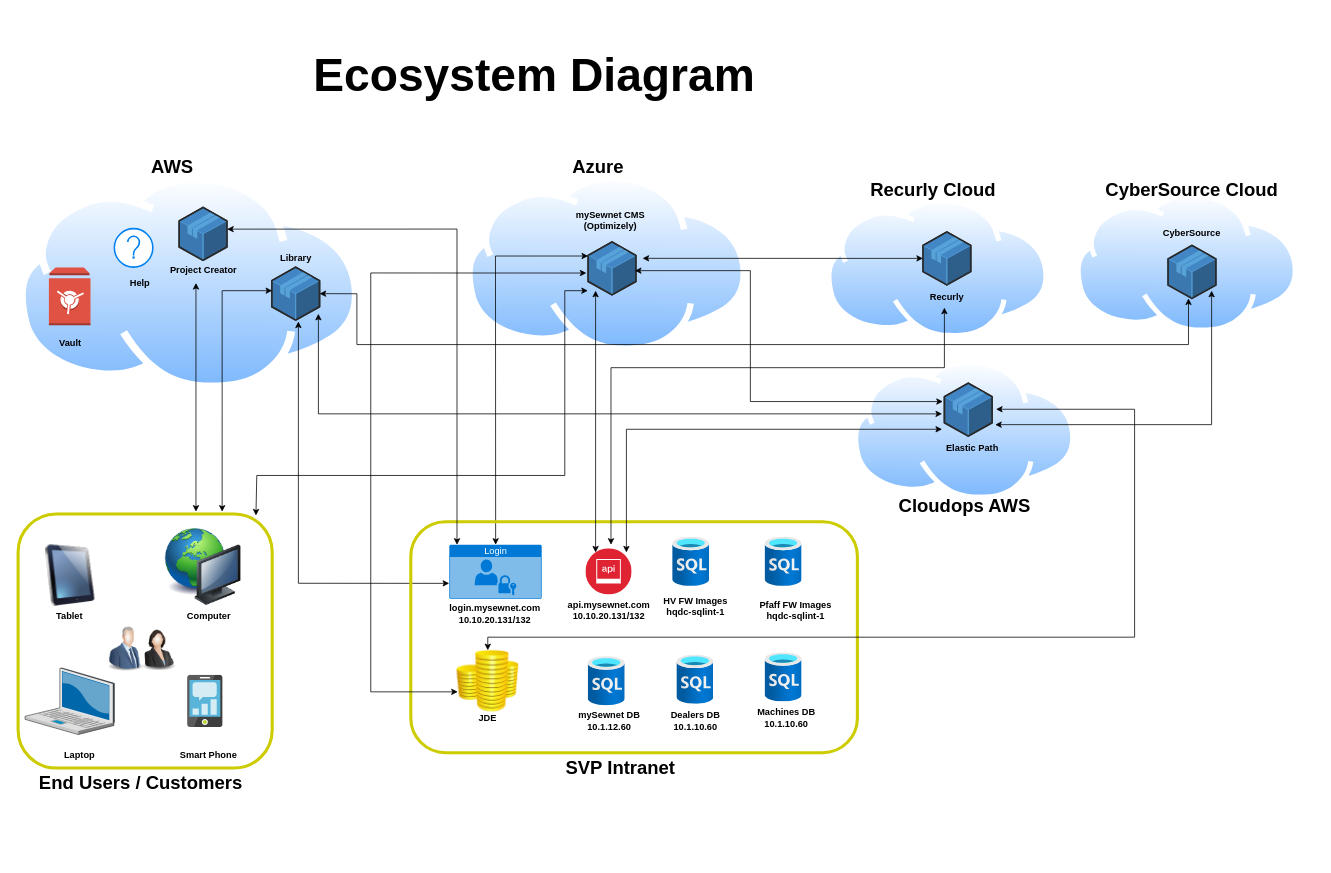
This is mySewnet/mySewnet_ecosystem.drawio from sunylcumar/Diagrams, a draw.io file, before an edit. Source tidied: cells renumbered, new cells numbered last; positions are measured from the earlier drawing's top-left corner, leaving out a move shared by most shapes. Both pictures are drawn from the tidied source at 77%, with x=0, y=0 at pixel (18, 52).
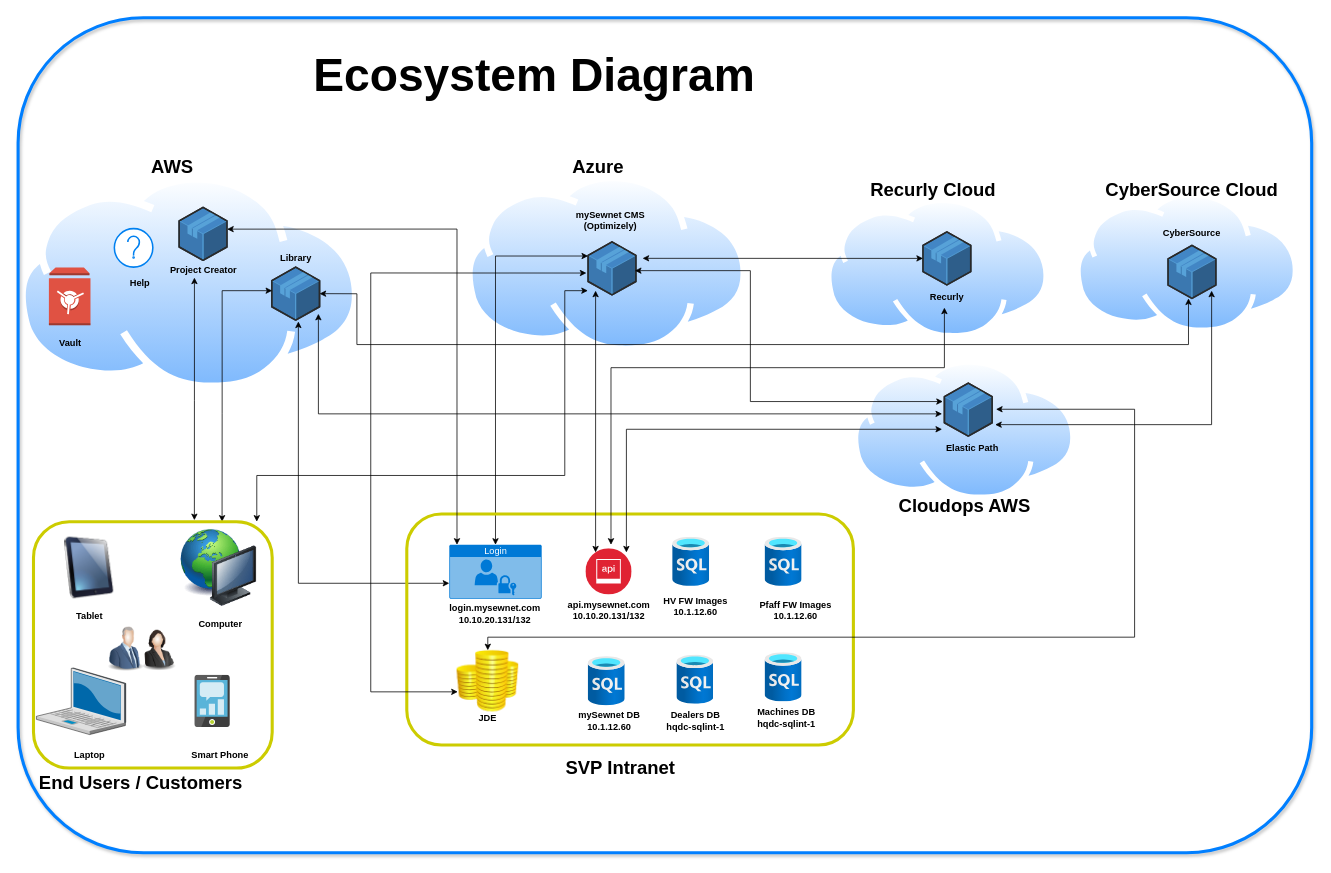
After the change.

Unchanged cells that the change refers to:
```xml
<mxCell id="37" value="Login" style="html=1;strokeColor=none;fillColor=#0079D6;labelPosition=center;verticalLabelPosition=middle;verticalAlign=top;align=center;fontSize=12;outlineConnect=0;spacingTop=-6;fontColor=#FFFFFF;sketch=0;shape=mxgraph.sitemap.login;" parent="1" vertex="1">
  <mxGeometry x="560" y="640" width="120" height="70" as="geometry" />
</mxCell>
```

Diff of the diagram source:
```diff
@@
     <mxCell id="14" style="verticalLabelPosition=bottom;sketch=0;html=1;verticalAlign=top;strokeColor=none;align=center;shape=mxgraph.citrix.laptop_2;" parent="1" vertex="1">
-      <mxGeometry x="9" y="800" width="116" height="86.5" as="geometry" />
+      <mxGeometry x="23.8" y="800" width="116" height="86.5" as="geometry" />
     </mxCell>
     <mxCell id="15" style="image;html=1;image=img/lib/clip_art/computers/iPad_128x128.png;" parent="1" vertex="1">
-      <mxGeometry x="27.8" y="640" width="80" height="80" as="geometry" />
+      <mxGeometry x="52.2" y="630" width="80" height="80" as="geometry" />
     </mxCell>
@@
     <mxCell id="21" style="image;html=1;image=img/lib/clip_art/computers/Network_128x128.png;" parent="1" vertex="1">
-      <mxGeometry x="185.2" y="618.8" width="110" height="100" as="geometry" />
+      <mxGeometry x="205.4" y="620" width="110" height="100" as="geometry" />
     </mxCell>
     <mxCell id="22" style="sketch=0;html=1;align=center;image;fontSize=12;image=img/lib/mscae/Mobile_Engagement.svg;" parent="1" vertex="1">
-      <mxGeometry x="220" y="809.4" width="46.1" height="67.8" as="geometry" />
+      <mxGeometry x="229.4" y="809.4" width="46.1" height="67.8" as="geometry" />
     </mxCell>
     <mxCell id="23" value="Tablet" style="text;html=1;strokeColor=none;fillColor=none;align=center;verticalAlign=middle;whiteSpace=wrap;rounded=0;fontStyle=1;" parent="1" vertex="1">
-      <mxGeometry x="38.5" y="720" width="55.5" height="25" as="geometry" />
+      <mxGeometry x="64.5" y="720" width="55.5" height="25" as="geometry" />
     </mxCell>
     <mxCell id="24" value="Computer" style="text;html=1;strokeColor=none;fillColor=none;align=center;verticalAlign=middle;whiteSpace=wrap;rounded=0;fontStyle=1;" parent="1" vertex="1">
-      <mxGeometry x="220" y="720" width="55.5" height="25" as="geometry" />
+      <mxGeometry x="234.6" y="730" width="55.5" height="25" as="geometry" />
     </mxCell>
     <mxCell id="25" value="Laptop" style="text;html=1;strokeColor=none;fillColor=none;align=center;verticalAlign=middle;whiteSpace=wrap;rounded=0;fontStyle=1;" parent="1" vertex="1">
-      <mxGeometry x="52.2" y="900" width="55.5" height="25" as="geometry" />
+      <mxGeometry x="64.5" y="900" width="55.5" height="25" as="geometry" />
     </mxCell>
     <mxCell id="26" value="Smart Phone" style="text;html=1;strokeColor=none;fillColor=none;align=center;verticalAlign=middle;whiteSpace=wrap;rounded=0;fontStyle=1;" parent="1" vertex="1">
-      <mxGeometry x="205.4" y="900" width="84.7" height="25" as="geometry" />
+      <mxGeometry x="220" y="900" width="84.7" height="25" as="geometry" />
     </mxCell>
-    <mxCell id="27" value="HV FW Images&lt;br&gt;hqdc-sqlint-1" style="text;html=1;strokeColor=none;fillColor=none;align=center;verticalAlign=middle;whiteSpace=wrap;rounded=0;fontStyle=1;" parent="1" vertex="1">
+    <mxCell id="27" value="HV FW Images&lt;br&gt;10.1.12.60" style="text;html=1;strokeColor=none;fillColor=none;align=center;verticalAlign=middle;whiteSpace=wrap;rounded=0;fontStyle=1;" parent="1" vertex="1">
       <mxGeometry x="831.8" y="700.8" width="95.5" height="39.2" as="geometry" />
     </mxCell>
-    <mxCell id="28" value="Dealers DB&lt;br&gt;10.1.10.60" style="text;html=1;strokeColor=none;fillColor=none;align=center;verticalAlign=middle;whiteSpace=wrap;rounded=0;fontStyle=1;" parent="1" vertex="1">
+    <mxCell id="28" value="Dealers DB&lt;br&gt;hqdc-sqlint-1" style="text;html=1;strokeColor=none;fillColor=none;align=center;verticalAlign=middle;whiteSpace=wrap;rounded=0;fontStyle=1;" parent="1" vertex="1">
       <mxGeometry x="831.8" y="850.5" width="95.5" height="36" as="geometry" />
     </mxCell>
-    <mxCell id="29" value="Pfaff FW Images&lt;br&gt;hqdc-sqlint-1" style="text;html=1;strokeColor=none;fillColor=none;align=center;verticalAlign=middle;whiteSpace=wrap;rounded=0;fontStyle=1;" parent="1" vertex="1">
+    <mxCell id="29" value="Pfaff FW Images&lt;br&gt;10.1.12.60" style="text;html=1;strokeColor=none;fillColor=none;align=center;verticalAlign=middle;whiteSpace=wrap;rounded=0;fontStyle=1;" parent="1" vertex="1">
       <mxGeometry x="950" y="705" width="120" height="39.2" as="geometry" />
     </mxCell>
-    <mxCell id="30" value="Machines DB&lt;br&gt;10.1.10.60" style="text;html=1;strokeColor=none;fillColor=none;align=center;verticalAlign=middle;whiteSpace=wrap;rounded=0;fontStyle=1;" parent="1" vertex="1">
+    <mxCell id="30" value="Machines DB&lt;br&gt;hqdc-sqlint-1" style="text;html=1;strokeColor=none;fillColor=none;align=center;verticalAlign=middle;whiteSpace=wrap;rounded=0;fontStyle=1;" parent="1" vertex="1">
       <mxGeometry x="950" y="847.1" width="95.5" height="36" as="geometry" />
     </mxCell>
@@
-    <mxCell id="43" style="endArrow=classic;startArrow=classic;html=1;rounded=0;exitX=0.19;exitY=0.1;exitDx=0;exitDy=0;exitPerimeter=0;" parent="1" edge="1" source="53">
+    <mxCell id="43" style="endArrow=classic;startArrow=classic;html=1;rounded=0;" parent="1" edge="1" source="37">
       <mxGeometry relative="1" as="geometry">
         <mxPoint x="740.3" y="265" as="targetPoint" />
         <Array as="points">
           <mxPoint x="620" y="265" />
         </Array>
       </mxGeometry>
     </mxCell>
-    <mxCell id="44" style="whiteSpace=wrap;html=1;fillColor=none;rounded=1;strokeWidth=4;strokeColor=#CCCC00;" parent="1" vertex="1">
-      <mxGeometry y="600" width="330" height="330" as="geometry" />
-    </mxCell>
-    <mxCell id="45" style="endArrow=classic;startArrow=classic;html=1;rounded=0;entryX=0.803;entryY=-0.009;entryDx=0;entryDy=0;entryPerimeter=0;" parent="1" edge="1" target="44">
+    <mxCell id="45" style="endArrow=classic;startArrow=classic;html=1;rounded=0;entryX=0.79;entryY=0;entryDx=0;entryDy=0;entryPerimeter=0;" parent="1" edge="1" target="75">
       <mxGeometry relative="1" as="geometry">
         <mxPoint x="330" y="310" as="sourcePoint" />
         <Array as="points">
           <mxPoint x="265" y="310" />
           <mxPoint x="265" y="470" />
         </Array>
       </mxGeometry>
     </mxCell>
@@
-    <mxCell id="47" style="endArrow=classic;startArrow=classic;html=1;rounded=0;exitX=0.086;exitY=0.267;exitDx=0;exitDy=0;exitPerimeter=0;" parent="1" edge="1" source="53">
+    <mxCell id="47" style="endArrow=classic;startArrow=classic;html=1;rounded=0;" parent="1" edge="1">
       <mxGeometry relative="1" as="geometry">
+        <mxPoint x="560" y="690" as="sourcePoint" />
         <mxPoint x="364" y="350" as="targetPoint" />
         <Array as="points">
           <mxPoint x="364" y="690" />
         </Array>
       </mxGeometry>
     </mxCell>
-    <mxCell id="48" style="endArrow=classic;startArrow=classic;html=1;rounded=0;exitX=0.936;exitY=0.006;exitDx=0;exitDy=0;exitPerimeter=0;" parent="1" edge="1" source="44">
+    <mxCell id="48" style="endArrow=classic;startArrow=classic;html=1;rounded=0;" parent="1" edge="1">
       <mxGeometry relative="1" as="geometry">
+        <mxPoint x="310" y="610" as="sourcePoint" />
         <mxPoint x="740" y="310" as="targetPoint" />
         <Array as="points">
           <mxPoint x="310" y="550" />
           <mxPoint x="470" y="550" />
           <mxPoint x="710" y="550" />
           <mxPoint x="710" y="310" />
         </Array>
       </mxGeometry>
     </mxCell>
@@
     <mxCell id="53" style="rounded=1;whiteSpace=wrap;html=1;fillColor=none;fontColor=#0000FF;strokeWidth=4;strokeColor=#CCCC00;" parent="1" vertex="1">
-      <mxGeometry x="510" y="610" width="580" height="300" as="geometry" />
+      <mxGeometry x="504.8" y="600" width="580" height="300" as="geometry" />
     </mxCell>
@@
-    <mxCell id="57" style="endArrow=classic;startArrow=classic;html=1;rounded=0;fontSize=60;exitX=0.7;exitY=-0.009;exitDx=0;exitDy=0;exitPerimeter=0;" parent="1" edge="1" source="44">
-      <mxGeometry relative="1" as="geometry">
-        <mxPoint x="231" y="300" as="targetPoint" />
-      </mxGeometry>
-    </mxCell>
@@
+    <mxCell id="75" style="rounded=1;whiteSpace=wrap;html=1;fillColor=none;fontColor=#0000FF;strokeWidth=4;strokeColor=#CCCC00;" parent="1" vertex="1">
+      <mxGeometry x="20" y="610" width="310" height="320" as="geometry" />
+    </mxCell>
+    <mxCell id="76" style="endArrow=classic;startArrow=classic;html=1;rounded=0;entryX=0.674;entryY=-0.006;entryDx=0;entryDy=0;entryPerimeter=0;" parent="1" edge="1" target="75">
+      <mxGeometry relative="1" as="geometry">
+        <mxPoint x="229" y="293" as="sourcePoint" />
+        <Array as="points">
+          <mxPoint x="229" y="293" />
+          <mxPoint x="229" y="453" />
+        </Array>
+      </mxGeometry>
+    </mxCell>
+    <mxCell id="77" style="rounded=1;whiteSpace=wrap;html=1;fillColor=none;fontColor=#0000FF;strokeWidth=4;strokeColor=#007FFF;glass=0;sketch=0;shadow=1;" parent="1" vertex="1">
+      <mxGeometry y="-44.4" width="1680" height="1084.4" as="geometry" />
+    </mxCell>
```
